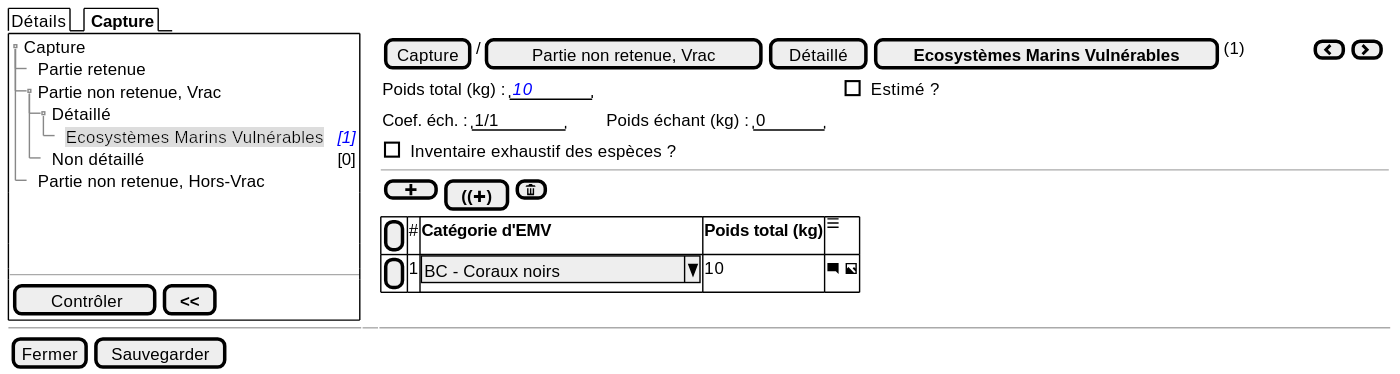
Before: projects/obsmer/spe/images/batch/batch-tree-PNR-VRAC-EMV.svg, a diagram exported from PlantUML (sumaris-net/sumaris-doc).
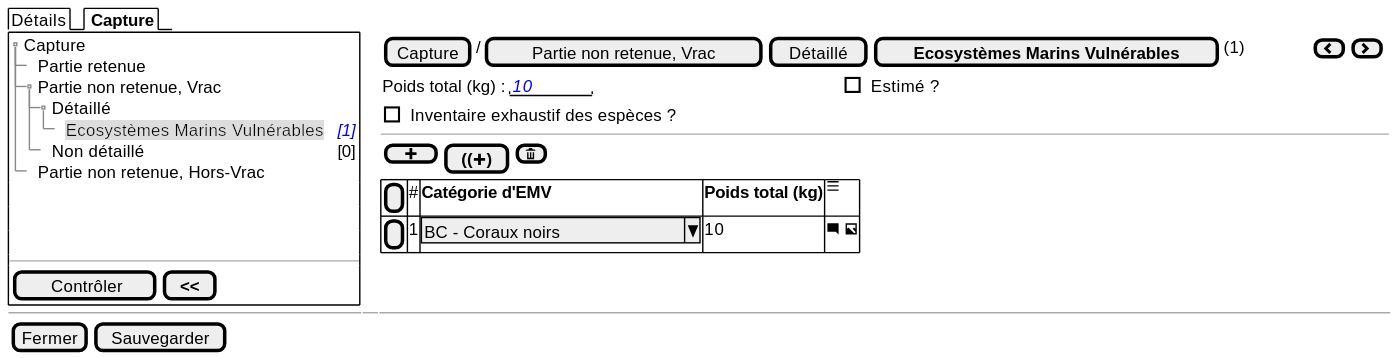
Above is the later version.

What changed in the source:
```diff
@@ -23,8 +23,6 @@
 
     {Poids total (kg) : | "  <i><color:blue>10   " | . | . | . | . | . | . | . | . | . | . | . | . | . | . | . | . | . | . | . | . | . | . | . | . | . | . | . | . | . | . | . | . | . | . | . | [ ] Estimé ? }
 
-    {Coef. éch. : | " 1/1    " | . | . | . | . | . | Poids échant (kg) : | "  0   " | . | . |}
-
     { [ ] Inventaire exhaustif des espèces ? }
     ---
     { [ <&plus> ] | [<b>((<&plus><b>)] | [<&trash>] }
```
